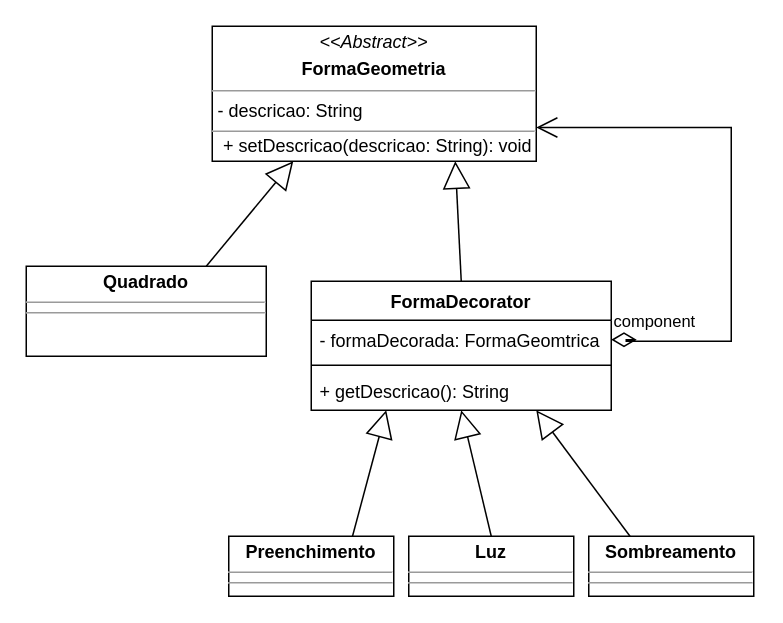
annaletycia/POO1 keeps this draw.io diagram as Prova1Decorator.drawio. Above is the earlier version. Source tidied: cells renumbered, new cells numbered last; positions are measured from the earlier drawing's top-left corner, leaving out a move shared by most shapes. Both pictures are drawn from the tidied source at 150%, with x=0, y=0 at pixel (26, 26).
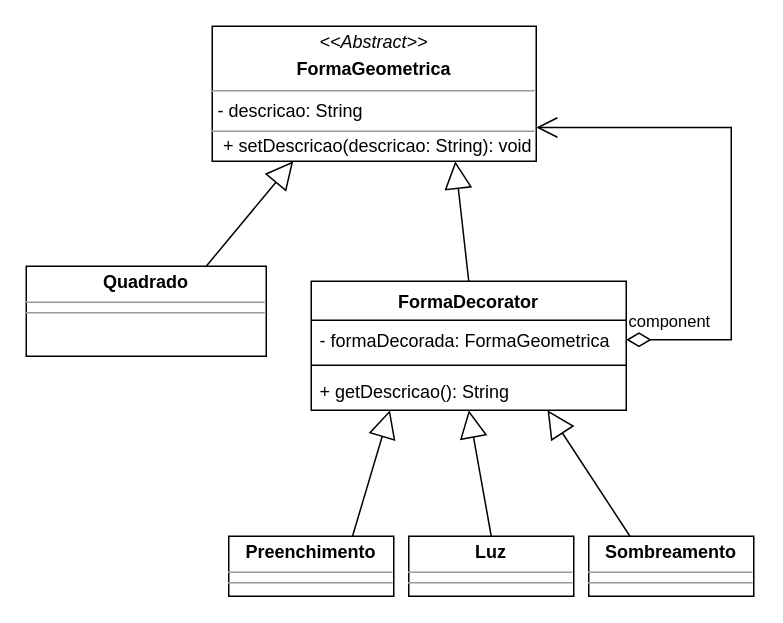
The same page after the edit.

Change to the diagram source:
```diff
@@
 <mxGraphModel>
   <root>
     <mxCell id="0" />
     <mxCell id="1" parent="0" />
     <mxCell id="2" value="&lt;p style=&quot;margin: 0px ; margin-top: 4px ; text-align: center&quot;&gt;&lt;b&gt;Quadrado&lt;/b&gt;&lt;/p&gt;&lt;hr size=&quot;1&quot;&gt;&lt;hr size=&quot;1&quot;&gt;&lt;p style=&quot;margin: 0px ; margin-left: 4px&quot;&gt;&lt;br&gt;&lt;/p&gt;" style="verticalAlign=top;align=left;overflow=fill;fontSize=12;fontFamily=Helvetica;html=1;" parent="1" vertex="1">
       <mxGeometry y="160" width="160" height="60" as="geometry" />
     </mxCell>
     <mxCell id="3" style="endArrow=block;endSize=16;endFill=0;html=1;rounded=0;exitX=0.75;exitY=0;exitDx=0;exitDy=0;entryX=0.25;entryY=1;entryDx=0;entryDy=0;" parent="1" edge="1" source="2" target="12">
       <mxGeometry relative="1" as="geometry" />
     </mxCell>
     <mxCell id="4" style="endArrow=block;endSize=16;endFill=0;html=1;rounded=0;exitX=0.5;exitY=0;exitDx=0;exitDy=0;entryX=0.75;entryY=1;entryDx=0;entryDy=0;" parent="1" edge="1" source="14" target="12">
       <mxGeometry relative="1" as="geometry" />
     </mxCell>
     <mxCell id="5" value="component" style="endArrow=open;html=1;endSize=12;startArrow=diamondThin;startSize=14;startFill=0;edgeStyle=orthogonalEdgeStyle;align=left;verticalAlign=bottom;rounded=0;exitX=1;exitY=0.5;exitDx=0;exitDy=0;entryX=1;entryY=0.75;entryDx=0;entryDy=0;" parent="1" edge="1" source="15" target="12">
       <mxGeometry x="-1" y="3" relative="1" as="geometry">
         <Array as="points">
           <mxPoint x="400" y="209" />
           <mxPoint x="470" y="210" />
           <mxPoint x="470" y="67" />
         </Array>
       </mxGeometry>
     </mxCell>
     <mxCell id="6" value="&lt;p style=&quot;margin: 0px ; margin-top: 4px ; text-align: center&quot;&gt;&lt;b&gt;Preenchimento&lt;/b&gt;&lt;br&gt;&lt;/p&gt;&lt;hr size=&quot;1&quot;&gt;&lt;hr size=&quot;1&quot;&gt;" style="verticalAlign=top;align=left;overflow=fill;fontSize=12;fontFamily=Helvetica;html=1;" parent="1" vertex="1">
       <mxGeometry x="135" y="340" width="110" height="40" as="geometry" />
     </mxCell>
     <mxCell id="7" value="&lt;p style=&quot;margin: 0px ; margin-top: 4px ; text-align: center&quot;&gt;&lt;b&gt;Luz&lt;/b&gt;&lt;br&gt;&lt;/p&gt;&lt;hr size=&quot;1&quot;&gt;&lt;hr size=&quot;1&quot;&gt;" style="verticalAlign=top;align=left;overflow=fill;fontSize=12;fontFamily=Helvetica;html=1;" parent="1" vertex="1">
       <mxGeometry x="255" y="340" width="110" height="40" as="geometry" />
     </mxCell>
     <mxCell id="8" value="&lt;p style=&quot;margin: 0px ; margin-top: 4px ; text-align: center&quot;&gt;&lt;b&gt;Sombreamento&lt;/b&gt;&lt;br&gt;&lt;/p&gt;&lt;hr size=&quot;1&quot;&gt;&lt;hr size=&quot;1&quot;&gt;" style="verticalAlign=top;align=left;overflow=fill;fontSize=12;fontFamily=Helvetica;html=1;" parent="1" vertex="1">
       <mxGeometry x="375" y="340" width="110" height="40" as="geometry" />
     </mxCell>
     <mxCell id="9" style="endArrow=block;endSize=16;endFill=0;html=1;rounded=0;exitX=0.75;exitY=0;exitDx=0;exitDy=0;entryX=0.25;entryY=1;entryDx=0;entryDy=0;" parent="1" edge="1" source="6" target="14">
       <mxGeometry relative="1" as="geometry" />
     </mxCell>
     <mxCell id="10" style="endArrow=block;endSize=16;endFill=0;html=1;rounded=0;exitX=0.5;exitY=0;exitDx=0;exitDy=0;entryX=0.5;entryY=1;entryDx=0;entryDy=0;" parent="1" edge="1" source="7" target="14">
       <mxGeometry relative="1" as="geometry" />
     </mxCell>
     <mxCell id="11" style="endArrow=block;endSize=16;endFill=0;html=1;rounded=0;exitX=0.25;exitY=0;exitDx=0;exitDy=0;entryX=0.75;entryY=1;entryDx=0;entryDy=0;" parent="1" edge="1" source="8" target="14">
       <mxGeometry relative="1" as="geometry" />
     </mxCell>
-    <mxCell id="12" value="&lt;p style=&quot;margin: 0px ; margin-top: 4px ; text-align: center&quot;&gt;&lt;i&gt;&amp;lt;&amp;lt;Abstract&amp;gt;&amp;gt;&lt;/i&gt;&lt;b&gt;&lt;br&gt;&lt;/b&gt;&lt;/p&gt;&lt;p style=&quot;margin: 0px ; margin-top: 4px ; text-align: center&quot;&gt;&lt;b&gt;FormaGeometria&lt;/b&gt;&lt;br&gt;&lt;/p&gt;&lt;hr size=&quot;1&quot;&gt;&lt;p style=&quot;margin: 0px ; margin-left: 4px&quot;&gt;- descricao: String&lt;br&gt;&lt;/p&gt;&lt;hr size=&quot;1&quot;&gt;" style="verticalAlign=top;align=left;overflow=fill;fontSize=12;fontFamily=Helvetica;html=1;" parent="1" vertex="1">
+    <mxCell id="12" value="&lt;p style=&quot;margin: 0px ; margin-top: 4px ; text-align: center&quot;&gt;&lt;i&gt;&amp;lt;&amp;lt;Abstract&amp;gt;&amp;gt;&lt;/i&gt;&lt;b&gt;&lt;br&gt;&lt;/b&gt;&lt;/p&gt;&lt;p style=&quot;margin: 0px ; margin-top: 4px ; text-align: center&quot;&gt;&lt;b&gt;FormaGeometrica&lt;/b&gt;&lt;br&gt;&lt;/p&gt;&lt;hr size=&quot;1&quot;&gt;&lt;p style=&quot;margin: 0px ; margin-left: 4px&quot;&gt;- descricao: String&lt;br&gt;&lt;/p&gt;&lt;hr size=&quot;1&quot;&gt;" style="verticalAlign=top;align=left;overflow=fill;fontSize=12;fontFamily=Helvetica;html=1;" parent="1" vertex="1">
       <mxGeometry x="124" width="216" height="90" as="geometry" />
     </mxCell>
     <mxCell id="13" value="+ setDescricao(descricao: String): void" style="text;html=1;align=center;verticalAlign=middle;strokeColor=none;fillColor=none;" parent="1" vertex="1">
       <mxGeometry x="124" y="70" width="220" height="20" as="geometry" />
     </mxCell>
     <mxCell id="14" value="FormaDecorator" style="swimlane;fontStyle=1;align=center;verticalAlign=top;horizontal=1;startSize=26;" parent="1" vertex="1">
-      <mxGeometry x="190" y="170" width="200" height="86" as="geometry" />
+      <mxGeometry x="190" y="170" width="210" height="86" as="geometry" />
     </mxCell>
-    <mxCell id="15" value="- formaDecorada: FormaGeomtrica" style="text;strokeColor=none;fillColor=none;align=left;verticalAlign=top;spacingLeft=4;spacingRight=4;overflow=hidden;points=[[0,0.5],[1,0.5]];portConstraint=eastwest;" parent="14" vertex="1">
-      <mxGeometry y="26" width="200" height="26" as="geometry" />
+    <mxCell id="15" value="- formaDecorada: FormaGeometrica" style="text;strokeColor=none;fillColor=none;align=left;verticalAlign=top;spacingLeft=4;spacingRight=4;overflow=hidden;points=[[0,0.5],[1,0.5]];portConstraint=eastwest;" parent="14" vertex="1">
+      <mxGeometry y="26" width="210" height="26" as="geometry" />
     </mxCell>
     <mxCell id="16" style="line;strokeWidth=1;fillColor=none;align=left;verticalAlign=middle;spacingTop=-1;spacingLeft=3;spacingRight=3;labelPosition=right;" parent="14" vertex="1">
-      <mxGeometry y="52" width="200" height="8" as="geometry" />
+      <mxGeometry y="52" width="210" height="8" as="geometry" />
     </mxCell>
     <mxCell id="17" value="+ getDescricao(): String" style="text;strokeColor=none;fillColor=none;align=left;verticalAlign=top;spacingLeft=4;spacingRight=4;overflow=hidden;" parent="14" vertex="1">
-      <mxGeometry y="60" width="200" height="26" as="geometry" />
+      <mxGeometry y="60" width="210" height="26" as="geometry" />
     </mxCell>
   </root>
 </mxGraphModel>
```
